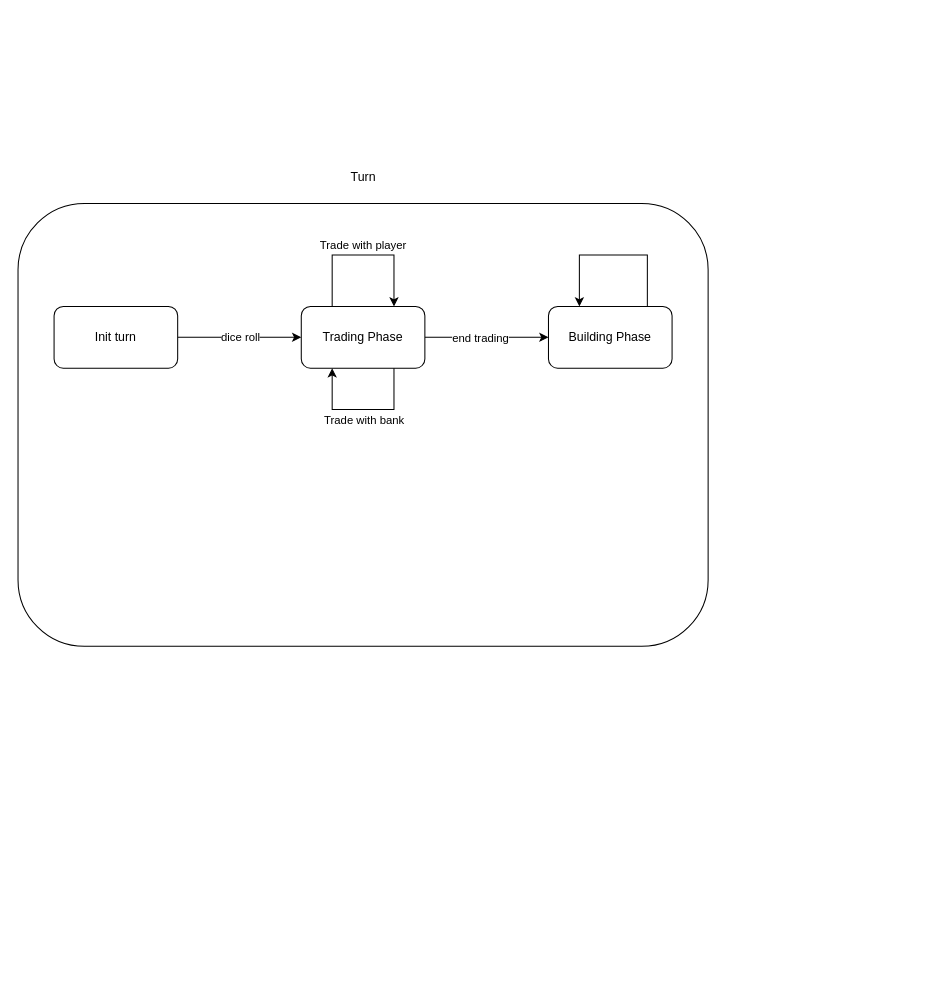
Before: page "State" (2 of 2) of scatan.drawio in zucchero-sintattico/pps-22-scatan, a draw.io diagram. Source tidied: cells renumbered, new cells numbered last; positions are measured from the earlier drawing's top-left corner, leaving out a move shared by most shapes. Both pictures are drawn from the tidied source at 103%, with x=0, y=0 at pixel (18, 162).
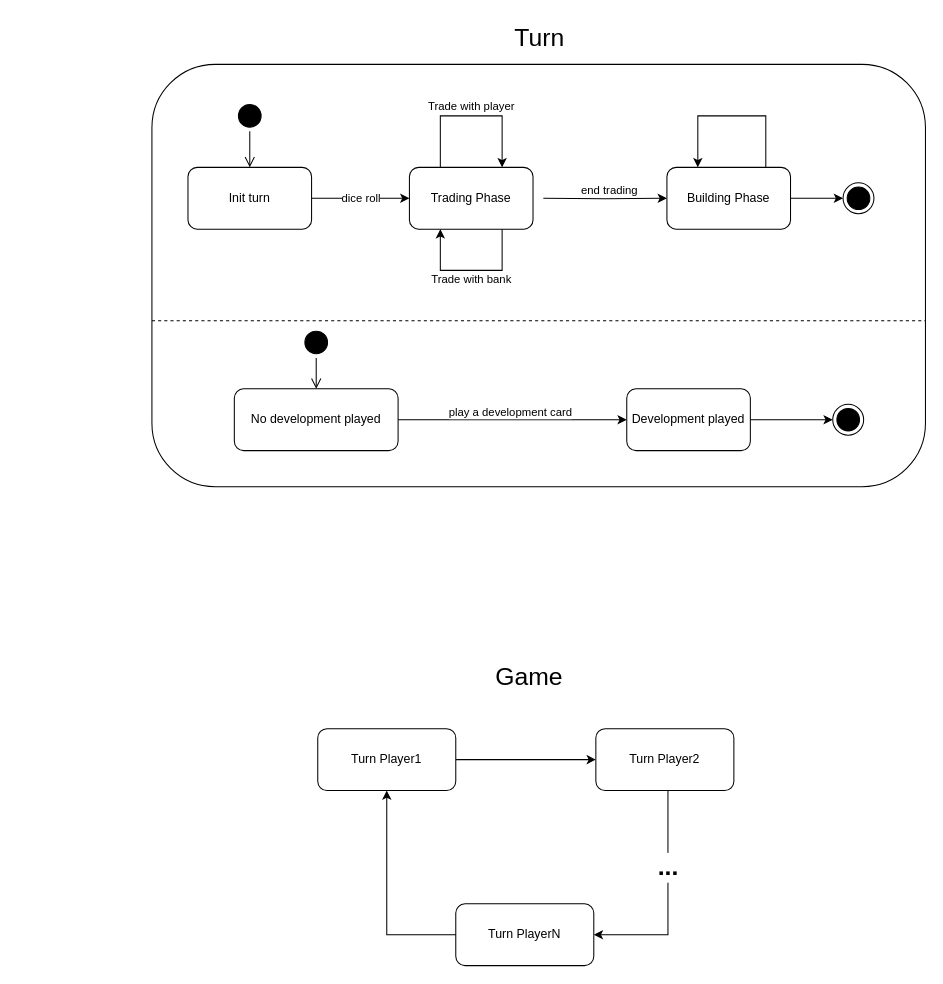
The same page after the edit.

Commit message:
chore: turn states

What changed in the source:
```diff
@@
     <mxCell id="2" style="rounded=1;whiteSpace=wrap;html=1;" parent="1" vertex="1">
-      <mxGeometry y="40" width="670" height="430" as="geometry" />
+      <mxGeometry x="130" y="-95" width="751" height="410" as="geometry" />
     </mxCell>
@@
     <mxCell id="5" value="Init turn" style="rounded=1;whiteSpace=wrap;html=1;" parent="1" vertex="1">
-      <mxGeometry x="35" y="140" width="120" height="60" as="geometry" />
+      <mxGeometry x="165" y="5" width="120" height="60" as="geometry" />
     </mxCell>
-    <mxCell id="6" style="edgeStyle=orthogonalEdgeStyle;rounded=0;jettySize=auto;html=1;" parent="1" edge="1" source="8" target="9">
-      <mxGeometry relative="1" as="geometry" />
+    <mxCell id="6" style="edgeStyle=orthogonalEdgeStyle;rounded=0;jettySize=auto;html=1;" parent="1" edge="1" target="9">
+      <mxGeometry relative="1" as="geometry">
+        <mxPoint x="510" y="35" as="sourcePoint" />
+      </mxGeometry>
     </mxCell>
     <mxCell id="7" value="end trading" style="edgeLabel;html=1;align=center;verticalAlign=middle;" parent="6" vertex="1">
       <mxGeometry x="-0.3" y="-2" relative="1" as="geometry">
-        <mxPoint x="11" y="-2" as="offset" />
+        <mxPoint x="22" y="-11" as="offset" />
       </mxGeometry>
     </mxCell>
     <mxCell id="8" value="Trading Phase" style="rounded=1;whiteSpace=wrap;html=1;" parent="1" vertex="1">
-      <mxGeometry x="275" y="140" width="120" height="60" as="geometry" />
+      <mxGeometry x="380" y="5" width="120" height="60" as="geometry" />
     </mxCell>
+    <mxCell id="16" style="edgeStyle=orthogonalEdgeStyle;rounded=0;jettySize=auto;html=1;" parent="1" edge="1" source="9" target="28">
+      <mxGeometry relative="1" as="geometry" />
+    </mxCell>
     <mxCell id="9" value="Building Phase" style="rounded=1;whiteSpace=wrap;html=1;" parent="1" vertex="1">
-      <mxGeometry x="515" y="140" width="120" height="60" as="geometry" />
+      <mxGeometry x="630" y="5" width="120" height="60" as="geometry" />
     </mxCell>
     <mxCell id="10" style="edgeStyle=orthogonalEdgeStyle;rounded=0;orthogonalLoop=1;jettySize=auto;html=1;entryX=0.75;entryY=0;entryDx=0;entryDy=0;exitX=0.25;exitY=0;exitDx=0;exitDy=0;" parent="1" edge="1" source="8" target="8">
       <mxGeometry relative="1" as="geometry">
         <Array as="points">
-          <mxPoint x="305" y="90" />
-          <mxPoint x="365" y="90" />
+          <mxPoint x="435" y="-45" />
+          <mxPoint x="495" y="-45" />
         </Array>
       </mxGeometry>
     </mxCell>
@@
     <mxCell id="12" style="edgeStyle=orthogonalEdgeStyle;rounded=0;orthogonalLoop=1;jettySize=auto;html=1;entryX=0.25;entryY=1;entryDx=0;entryDy=0;exitX=0.75;exitY=1;exitDx=0;exitDy=0;" parent="1" edge="1" source="8" target="8">
       <mxGeometry relative="1" as="geometry">
         <Array as="points">
-          <mxPoint x="365" y="240" />
-          <mxPoint x="305" y="240" />
+          <mxPoint x="470" y="105" />
+          <mxPoint x="410" y="105" />
         </Array>
       </mxGeometry>
     </mxCell>
     <mxCell id="13" value="Trade with bank" style="edgeLabel;html=1;align=center;verticalAlign=middle;" parent="1" vertex="1">
-      <mxGeometry x="335" y="250" as="geometry" />
+      <mxGeometry x="439" y="113" as="geometry" />
     </mxCell>
     <mxCell id="14" style="edgeStyle=orthogonalEdgeStyle;rounded=0;orthogonalLoop=1;jettySize=auto;html=1;entryX=0.25;entryY=0;entryDx=0;entryDy=0;" parent="1" edge="1" source="9" target="9">
       <mxGeometry relative="1" as="geometry">
         <Array as="points">
-          <mxPoint x="611" y="90" />
-          <mxPoint x="545" y="90" />
+          <mxPoint x="726" y="-45" />
+          <mxPoint x="660" y="-45" />
         </Array>
       </mxGeometry>
     </mxCell>
-    <mxCell id="15" value="Turn" style="text;html=1;align=center;verticalAlign=middle;strokeColor=none;fillColor=none;" parent="1" vertex="1">
-      <mxGeometry x="310" width="50" height="30" as="geometry" />
+    <mxCell id="15" value="Turn" style="text;html=1;align=center;verticalAlign=middle;strokeColor=none;fillColor=none;fontSize=24;" parent="1" vertex="1">
+      <mxGeometry x="470.5" y="-140" width="70" height="40" as="geometry" />
     </mxCell>
+    <mxCell id="17" style="line;strokeWidth=1;fillColor=none;align=left;verticalAlign=middle;spacingTop=-1;spacingLeft=3;spacingRight=3;labelPosition=right;strokeColor=inherit;dashed=1;" parent="1" vertex="1">
+      <mxGeometry x="130" y="150" width="751" height="8" as="geometry" />
+    </mxCell>
+    <mxCell id="18" style="edgeStyle=orthogonalEdgeStyle;rounded=0;jettySize=auto;html=1;" parent="1" edge="1" source="20" target="22">
+      <mxGeometry relative="1" as="geometry" />
+    </mxCell>
+    <mxCell id="19" value="play a development card" style="edgeLabel;html=1;align=center;verticalAlign=middle;" parent="18" vertex="1">
+      <mxGeometry x="-0.34" y="1" relative="1" as="geometry">
+        <mxPoint x="35" y="-7" as="offset" />
+      </mxGeometry>
+    </mxCell>
+    <mxCell id="20" value="No development played" style="rounded=1;whiteSpace=wrap;html=1;" parent="1" vertex="1">
+      <mxGeometry x="210" y="220" width="159" height="60" as="geometry" />
+    </mxCell>
+    <mxCell id="21" style="edgeStyle=orthogonalEdgeStyle;rounded=0;jettySize=auto;html=1;" parent="1" edge="1" source="22" target="29">
+      <mxGeometry relative="1" as="geometry" />
+    </mxCell>
+    <mxCell id="22" value="Development played" style="rounded=1;whiteSpace=wrap;html=1;" parent="1" vertex="1">
+      <mxGeometry x="591" y="220" width="120" height="60" as="geometry" />
+    </mxCell>
+    <mxCell id="23" value="Game" style="text;html=1;align=center;verticalAlign=middle;strokeColor=none;fillColor=none;fontSize=24;" parent="1" vertex="1">
+      <mxGeometry x="450.5" y="480" width="90" height="40" as="geometry" />
+    </mxCell>
+    <mxCell id="24" style="ellipse;html=1;shape=startState;fillColor=#000000;strokeColor=#000000;" parent="1" vertex="1">
+      <mxGeometry x="210" y="-60" width="30" height="30" as="geometry" />
+    </mxCell>
+    <mxCell id="25" style="edgeStyle=orthogonalEdgeStyle;html=1;verticalAlign=bottom;endArrow=open;endSize=8;strokeColor=#000000;rounded=0;" parent="1" edge="1" source="24" target="5">
+      <mxGeometry relative="1" as="geometry" />
+    </mxCell>
+    <mxCell id="26" style="ellipse;html=1;shape=startState;fillColor=#000000;strokeColor=#000000;" parent="1" vertex="1">
+      <mxGeometry x="274.5" y="160" width="30" height="30" as="geometry" />
+    </mxCell>
+    <mxCell id="27" style="edgeStyle=orthogonalEdgeStyle;html=1;verticalAlign=bottom;endArrow=open;endSize=8;strokeColor=#000000;rounded=0;" parent="1" edge="1" source="26" target="20">
+      <mxGeometry relative="1" as="geometry" />
+    </mxCell>
+    <mxCell id="28" style="ellipse;html=1;shape=endState;fillColor=#000000;strokeColor=#000000;" parent="1" vertex="1">
+      <mxGeometry x="801" y="20" width="30" height="30" as="geometry" />
+    </mxCell>
+    <mxCell id="29" style="ellipse;html=1;shape=endState;fillColor=#000000;strokeColor=#000000;" parent="1" vertex="1">
+      <mxGeometry x="791" y="235" width="30" height="30" as="geometry" />
+    </mxCell>
+    <mxCell id="30" style="edgeStyle=orthogonalEdgeStyle;rounded=0;jettySize=auto;html=1;" parent="1" edge="1" source="31" target="34">
+      <mxGeometry relative="1" as="geometry" />
+    </mxCell>
+    <mxCell id="31" value="Turn Player1" style="rounded=1;whiteSpace=wrap;html=1;" parent="1" vertex="1">
+      <mxGeometry x="291" y="550" width="134" height="60" as="geometry" />
+    </mxCell>
+    <mxCell id="32" style="edgeStyle=orthogonalEdgeStyle;rounded=0;jettySize=auto;html=1;entryX=1;entryY=0.5;entryDx=0;entryDy=0;" parent="1" edge="1" source="34" target="35">
+      <mxGeometry relative="1" as="geometry">
+        <Array as="points">
+          <mxPoint x="631" y="750" />
+        </Array>
+      </mxGeometry>
+    </mxCell>
+    <mxCell id="33" value="..." style="edgeLabel;html=1;align=center;verticalAlign=middle;fontSize=24;fontStyle=1;" parent="32" vertex="1">
+      <mxGeometry x="-0.3" y="3" relative="1" as="geometry">
+        <mxPoint x="-4" as="offset" />
+      </mxGeometry>
+    </mxCell>
+    <mxCell id="34" value="Turn Player2" style="rounded=1;whiteSpace=wrap;html=1;" parent="1" vertex="1">
+      <mxGeometry x="561" y="550" width="134" height="60" as="geometry" />
+    </mxCell>
+    <mxCell id="35" value="Turn PlayerN" style="rounded=1;whiteSpace=wrap;html=1;" parent="1" vertex="1">
+      <mxGeometry x="425" y="720" width="134" height="60" as="geometry" />
+    </mxCell>
+    <mxCell id="36" style="edgeStyle=orthogonalEdgeStyle;rounded=0;jettySize=auto;html=1;" parent="1" edge="1" source="35" target="31">
+      <mxGeometry relative="1" as="geometry">
+        <Array as="points">
+          <mxPoint x="358" y="750" />
+        </Array>
+      </mxGeometry>
+    </mxCell>
```
